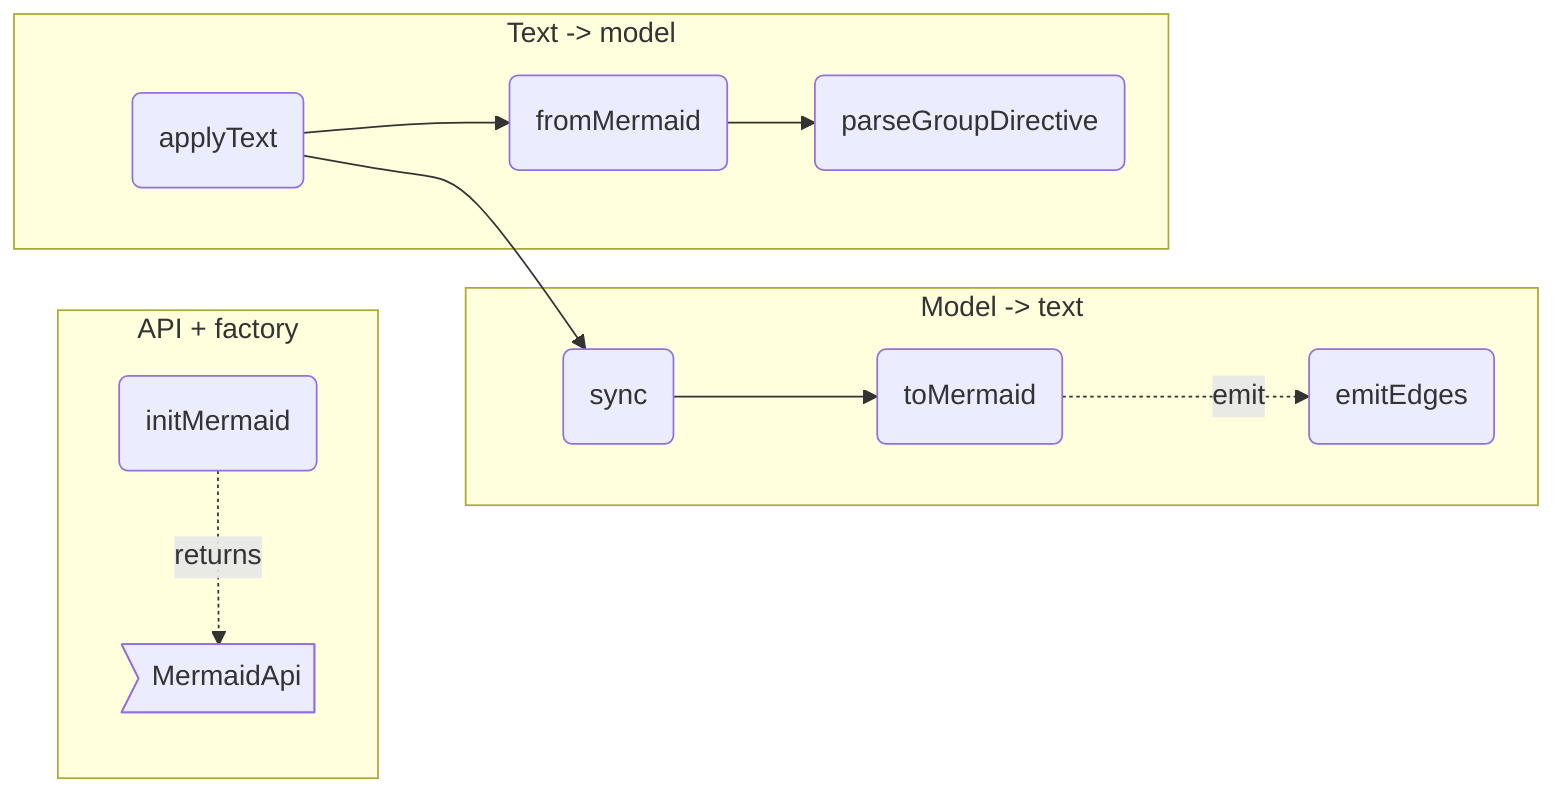
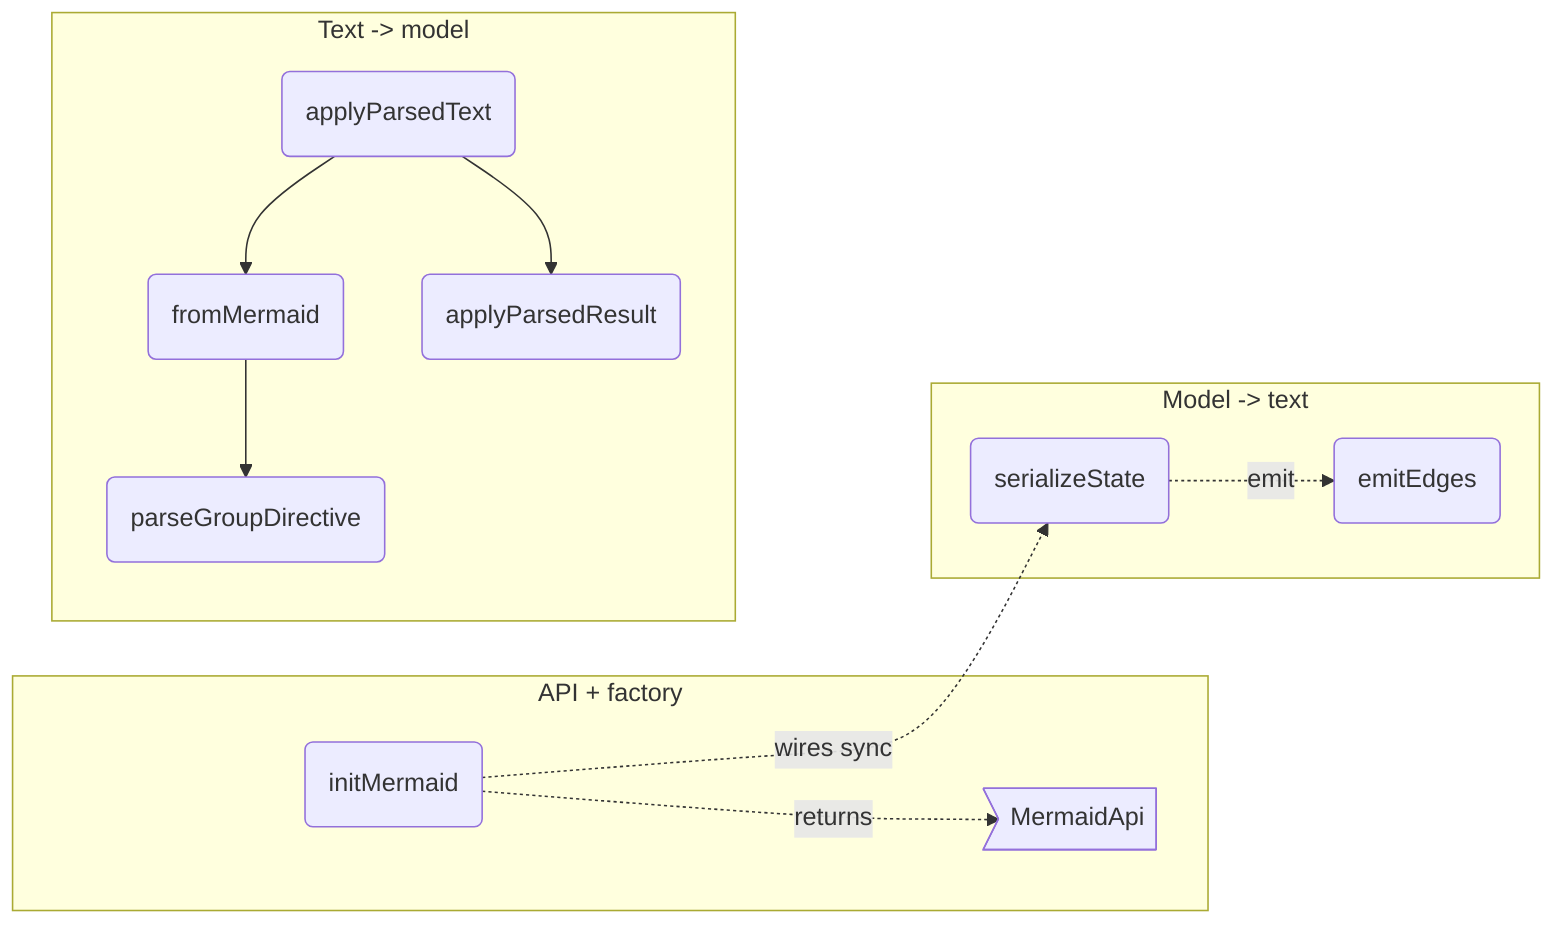
flowchart LR
%% root mermaid

%% src MermaidApi src/io/mermaid.ts#MermaidApi
%% kind MermaidApi type
%% fm:meta MermaidApi name=MermaidApi
%% fm:meta MermaidApi desc=public surface: toMermaid, sync, applyText

%% src initMermaid src/io/mermaid.ts#initMermaid
%% kind initMermaid function
%% fm:meta initMermaid name=initMermaid
- %% fm:meta initMermaid desc=build the Mermaid serialize/parse/sync API bound to ctx and selection
+ %% fm:meta initMermaid desc=build the Mermaid serialize/parse/sync API bound to ctx and selection; toMermaid/sync/applyText are thin closures over serializeState and applyParsedText
%% fm:meta initMermaid i0.name=initMermaid
%% fm:meta initMermaid i0.accepts=ctx: AppContext
%% fm:meta initMermaid i0.accepts=selection: SelectionApi
%% fm:meta initMermaid i0.returns=MermaidApi

- %% src toMermaid src/io/mermaid.ts#toMermaid
- %% kind toMermaid function
- %% fm:meta toMermaid name=toMermaid
- %% fm:meta toMermaid desc=serialize the model to Mermaid text with fm/kind/parent/edge/root metadata and groups
- %% fm:meta toMermaid i0.name=toMermaid
- %% fm:meta toMermaid i0.accepts=opts: { only?: Set<string> }
- %% fm:meta toMermaid i0.returns=string
+ %% src serializeState src/io/mermaid.ts#serializeState
+ %% kind serializeState function
+ %% fm:meta serializeState name=serializeState
+ %% fm:meta serializeState desc=serialize the model to Mermaid text with fm/kind/parent/edge/root metadata and groups (the engine behind MermaidApi.toMermaid)
+ %% fm:meta serializeState i0.name=serializeState
+ %% fm:meta serializeState i0.accepts=state: StateStore
+ %% fm:meta serializeState i0.accepts=opts: { only?: Set<string> }
+ %% fm:meta serializeState i0.returns=string

- %% src sync src/io/mermaid.ts#sync
- %% kind sync function
- %% fm:meta sync name=sync
- %% fm:meta sync desc=write the serialized model into the Mermaid textarea
- %% fm:meta sync i0.name=sync
- %% fm:meta sync i0.returns=void
+ %% src applyParsedResult src/io/mermaid.ts#applyParsedResult
+ %% kind applyParsedResult function
+ %% fm:meta applyParsedResult name=applyParsedResult
+ %% fm:meta applyParsedResult desc=copy a freshly parsed fragment onto the live state: nodes, edges, id counters, dir, roots, hier
+ %% fm:meta applyParsedResult i0.name=applyParsedResult
+ %% fm:meta applyParsedResult i0.accepts=state: StateStore
+ %% fm:meta applyParsedResult i0.accepts=result: ReturnType<typeof fromMermaid>
+ %% fm:meta applyParsedResult i0.returns=void

%% src emitEdges src/io/mermaid-serialize.ts#emitEdges
%% kind emitEdges function
%% fm:meta emitEdges name=emitEdges
- %% fm:meta emitEdges desc=the model -> .mmd serialization helpers (edges, grouped nodes, layout/fm/kind/containment/root meta emit) extracted from mermaid.ts; toMermaid composes them
+ %% fm:meta emitEdges desc=the model -> .mmd serialization helpers (edges, grouped nodes, layout/fm/kind/containment/root meta emit) extracted from mermaid.ts; serializeState composes them
%% fm:meta emitEdges i0.name=emitEdges
%% fm:meta emitEdges i0.accepts=state: StateStore
%% fm:meta emitEdges i0.accepts=inc: IncludeFn
%% fm:meta emitEdges i0.returns=string

%% src parseGroupDirective src/io/mermaid-parse.ts#parseGroupDirective
%% kind parseGroupDirective function
%% fm:meta parseGroupDirective name=parseGroupDirective
%% fm:meta parseGroupDirective desc=parse one %% group / %% group-member dialect line into the hier overlay; the pipeline parser mirrors this grammar and parser-conformance holds the two together (A3)
%% fm:meta parseGroupDirective i0.name=parseGroupDirective
%% fm:meta parseGroupDirective i0.accepts=line: string
%% fm:meta parseGroupDirective i0.accepts=hier: Hier
%% fm:meta parseGroupDirective i0.returns=boolean

%% src fromMermaid src/io/mermaid-parse.ts#fromMermaid
%% kind fromMermaid function
%% fm:meta fromMermaid name=fromMermaid
%% fm:meta fromMermaid desc=parse Mermaid text into a model fragment: nodes, edges, geometry, frontmatter, kinds, roots
%% fm:meta fromMermaid i0.name=fromMermaid
%% fm:meta fromMermaid i0.accepts=text: string
%% fm:meta fromMermaid i0.returns=ParseResult

- %% src applyText src/io/mermaid.ts#applyText
- %% kind applyText function
- %% fm:meta applyText name=applyText
- %% fm:meta applyText desc=parse the textarea, replace the live model, clear selection, render, sync, push history
- %% fm:meta applyText i0.name=applyText
- %% fm:meta applyText i0.returns=void
+ %% src applyParsedText src/io/mermaid.ts#applyParsedText
+ %% kind applyParsedText function
+ %% fm:meta applyParsedText name=applyParsedText
+ %% fm:meta applyParsedText desc=parse the textarea and, on success, replace the live model, clear selection, render, sync, push history (MermaidApi.applyText); on parse failure, toast without touching state
+ %% fm:meta applyParsedText i0.name=applyParsedText
+ %% fm:meta applyParsedText i0.accepts=ctx: AppContext
+ %% fm:meta applyParsedText i0.accepts=selection: SelectionApi
+ %% fm:meta applyParsedText i0.accepts=sync: () => void
+ %% fm:meta applyParsedText i0.returns=void

%% parent mm_api mermaid
%% parent mm_serialize mermaid
%% parent mm_parse mermaid

  subgraph mm_api ["API + factory"]
    MermaidApi>"MermaidApi"]
    initMermaid("initMermaid")
  end
  subgraph mm_serialize ["Model -> text"]
-     toMermaid("toMermaid")
+     serializeState("serializeState")
    emitEdges("emitEdges")
-     sync("sync")
  end
  subgraph mm_parse ["Text -> model"]
    fromMermaid("fromMermaid")
    parseGroupDirective("parseGroupDirective")
-     applyText("applyText")
+     applyParsedText("applyParsedText")
+     applyParsedResult("applyParsedResult")
  end

-   applyText --> fromMermaid
+   applyParsedText --> fromMermaid
  fromMermaid --> parseGroupDirective
-   applyText --> sync
-   sync --> toMermaid
-   toMermaid -.->|emit| emitEdges
+   applyParsedText --> applyParsedResult
+   initMermaid -.->|wires sync| serializeState
+   serializeState -.->|emit| emitEdges
  initMermaid -.->|returns| MermaidApi
